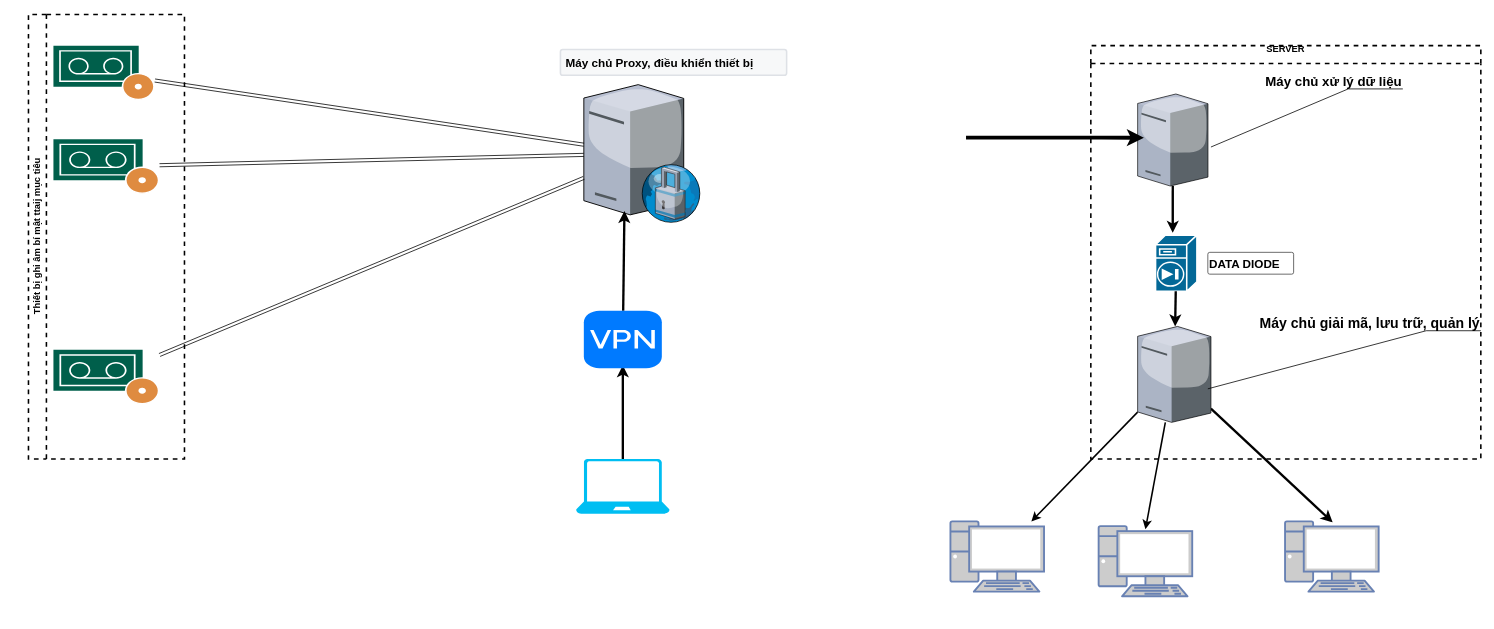
Above: Untitled Diagram.drawio in Lehuutuong/Project (draw.io), before the change. Source tidied: cells renumbered, new cells numbered last; positions are measured from the earlier drawing's top-left corner, leaving out a move shared by most shapes. Both pictures are drawn from the tidied source at 78%, with x=0, y=0 at pixel (28, 14).
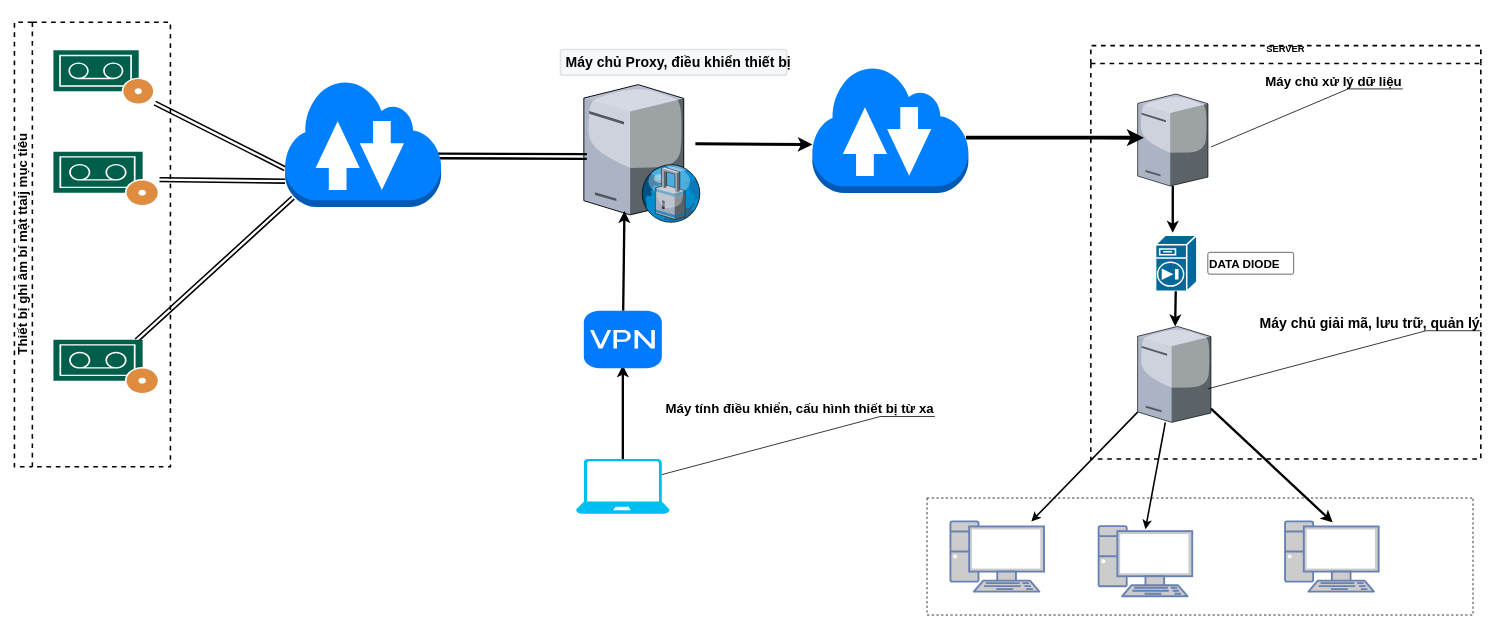
The same page after the edit.

The change refers to these unchanged cells:
```xml
<mxCell id="9" style="verticalLabelPosition=bottom;sketch=0;html=1;verticalAlign=top;strokeColor=none;align=center;outlineConnect=0;shape=mxgraph.citrix.proxy_server;" parent="1" vertex="1">
  <mxGeometry x="712" y="90" width="150" height="176.5" as="geometry" />
</mxCell>
```

The edit, as a diff of the source:
```diff
@@
+    <mxCell id="32" style="edgeStyle=none;rounded=0;orthogonalLoop=1;jettySize=auto;html=1;entryX=0;entryY=0.7;entryDx=0;entryDy=0;entryPerimeter=0;strokeWidth=4;" parent="1" edge="1">
+      <mxGeometry relative="1" as="geometry">
+        <mxPoint x="855" y="165.8" as="sourcePoint" />
+        <mxPoint x="1005" y="166.8" as="targetPoint" />
+      </mxGeometry>
+    </mxCell>
@@
-    <mxCell id="10" style="edgeStyle=none;rounded=0;jettySize=auto;html=1;shape=link;" parent="1" edge="1" source="11" target="9">
-      <mxGeometry relative="1" as="geometry" />
-    </mxCell>
+    <mxCell id="33" style="rounded=0;jettySize=auto;html=1;entryX=0;entryY=0.7;entryDx=0;entryDy=0;entryPerimeter=0;shape=link;strokeWidth=2;" parent="1" edge="1" source="11" target="38">
+      <mxGeometry relative="1" as="geometry" />
+    </mxCell>
     <mxCell id="11" style="sketch=0;shadow=0;dashed=0;html=1;strokeColor=none;fillColor=#005F4B;labelPosition=center;verticalLabelPosition=bottom;verticalAlign=top;align=center;outlineConnect=0;shape=mxgraph.veeam2.tape_recording;" parent="1" vertex="1">
-      <mxGeometry x="32" y="40" width="130" height="70" as="geometry" />
+      <mxGeometry x="32" y="46" width="130" height="70" as="geometry" />
     </mxCell>
-    <mxCell id="12" style="rounded=0;jettySize=auto;html=1;shape=link;" parent="1" edge="1" source="13" target="9">
-      <mxGeometry relative="1" as="geometry" />
-    </mxCell>
+    <mxCell id="34" style="rounded=0;orthogonalLoop=1;jettySize=auto;html=1;entryX=0;entryY=0.7;entryDx=0;entryDy=0;entryPerimeter=0;shape=link;strokeWidth=2;" parent="1" edge="1">
+      <mxGeometry relative="1" as="geometry">
+        <mxPoint x="168" y="211.8" as="sourcePoint" />
+        <mxPoint x="329" y="213.8" as="targetPoint" />
+      </mxGeometry>
+    </mxCell>
     <mxCell id="13" style="sketch=0;shadow=0;dashed=0;html=1;strokeColor=none;fillColor=#005F4B;labelPosition=center;verticalLabelPosition=bottom;verticalAlign=top;align=center;outlineConnect=0;shape=mxgraph.veeam2.tape_recording;" parent="1" vertex="1">
-      <mxGeometry x="32" y="160" width="136" height="70" as="geometry" />
+      <mxGeometry x="32" y="176" width="136" height="70" as="geometry" />
     </mxCell>
-    <mxCell id="14" style="edgeStyle=none;rounded=0;jettySize=auto;html=1;shape=link;" parent="1" edge="1" source="15" target="9">
-      <mxGeometry relative="1" as="geometry" />
-    </mxCell>
+    <mxCell id="35" style="edgeStyle=none;rounded=0;orthogonalLoop=1;jettySize=auto;html=1;shape=link;strokeWidth=2;" parent="1" edge="1">
+      <mxGeometry relative="1" as="geometry">
+        <mxPoint x="138.4" y="418" as="sourcePoint" />
+        <mxPoint x="339.1" y="235" as="targetPoint" />
+      </mxGeometry>
+    </mxCell>
     <mxCell id="15" style="sketch=0;shadow=0;dashed=0;html=1;strokeColor=none;fillColor=#005F4B;labelPosition=center;verticalLabelPosition=bottom;verticalAlign=top;align=center;outlineConnect=0;shape=mxgraph.veeam2.tape_recording;" parent="1" vertex="1">
-      <mxGeometry x="32" y="430" width="136" height="70" as="geometry" />
+      <mxGeometry x="32" y="417" width="136" height="70" as="geometry" />
     </mxCell>
@@
-    <mxCell id="24" value="Thiết bị ghi âm bí mật ttaij mục tiêu" style="swimlane;horizontal=0;whiteSpace=wrap;html=1;dashed=1;strokeWidth=2;" parent="1" vertex="1">
-      <mxGeometry width="200" height="570" as="geometry" />
+    <mxCell id="24" value="&lt;font style=&quot;font-size: 17px;&quot;&gt;Thiết bị ghi âm bí mật ttaij mục tiêu&lt;/font&gt;" style="swimlane;horizontal=0;whiteSpace=wrap;html=1;dashed=1;strokeWidth=2;" parent="1" vertex="1">
+      <mxGeometry x="-18" y="10" width="200" height="570" as="geometry" />
     </mxCell>
@@
-    <mxCell id="31" value="&lt;b&gt;&lt;font style=&quot;font-size: 15px;&quot; color=&quot;#000000&quot;&gt;Máy chủ Proxy, điều khiển thiết bị&lt;/font&gt;&lt;/b&gt;" style="rounded=1;arcSize=9;fillColor=#F7F8F9;align=left;spacingLeft=5;strokeColor=#DEE1E6;html=1;strokeWidth=2;fontColor=#596780;fontSize=12;" parent="1" vertex="1">
+    <mxCell id="31" value="&lt;font size=&quot;1&quot;&gt;&lt;b&gt;&lt;font style=&quot;font-size: 18px;&quot; color=&quot;#000000&quot;&gt;Máy chủ Proxy, điều khiển thiết bị&lt;/font&gt;&lt;/b&gt;&lt;/font&gt;" style="rounded=1;arcSize=9;fillColor=#F7F8F9;align=left;spacingLeft=5;strokeColor=#DEE1E6;html=1;strokeWidth=2;fontColor=#596780;fontSize=12;" parent="1" vertex="1">
       <mxGeometry x="682" y="45" width="290" height="33" as="geometry" />
     </mxCell>
+    <mxCell id="36" style="swimlane;startSize=0;dashed=1;" parent="1" vertex="1">
+      <mxGeometry x="1152" y="620" width="700" height="150" as="geometry" />
+    </mxCell>
+    <mxCell id="37" style="edgeStyle=none;rounded=0;orthogonalLoop=1;jettySize=auto;html=1;entryX=0.053;entryY=0.431;entryDx=0;entryDy=0;entryPerimeter=0;strokeWidth=3;shape=link;" parent="1" edge="1">
+      <mxGeometry relative="1" as="geometry">
+        <mxPoint x="525" y="181.4" as="sourcePoint" />
+        <mxPoint x="715.9" y="182.1" as="targetPoint" />
+      </mxGeometry>
+    </mxCell>
+    <mxCell id="38" style="outlineConnect=0;dashed=0;verticalLabelPosition=bottom;verticalAlign=top;align=center;html=1;shape=mxgraph.aws3.internet_2;fillColor=#007FFF;gradientColor=none;" parent="1" vertex="1">
+      <mxGeometry x="329" y="83" width="200" height="164" as="geometry" />
+    </mxCell>
+    <mxCell id="39" style="dashed=0;verticalLabelPosition=bottom;verticalAlign=top;align=center;html=1;shape=mxgraph.aws3.internet_2;fillColor=#007FFF;gradientColor=none;" parent="1" vertex="1">
+      <mxGeometry x="1005" y="65" width="200" height="164" as="geometry" />
+    </mxCell>
+    <mxCell id="40" value="&lt;font color=&quot;#000000&quot;&gt;&lt;b&gt;Máy tính điều khiển, cấu hình thiết bị từ xa&lt;br&gt;&lt;/b&gt;&lt;/font&gt;" style="strokeWidth=1;shadow=0;dashed=0;align=center;html=1;shape=mxgraph.mockup.text.callout;linkText=;textSize=17;textColor=#666666;callDir=NE;callStyle=line;fontSize=17;fontColor=#666666;align=right;verticalAlign=top;strokeColor=#000000;" parent="1" vertex="1">
+      <mxGeometry x="812" y="490" width="350" height="100" as="geometry" />
+    </mxCell>
```
